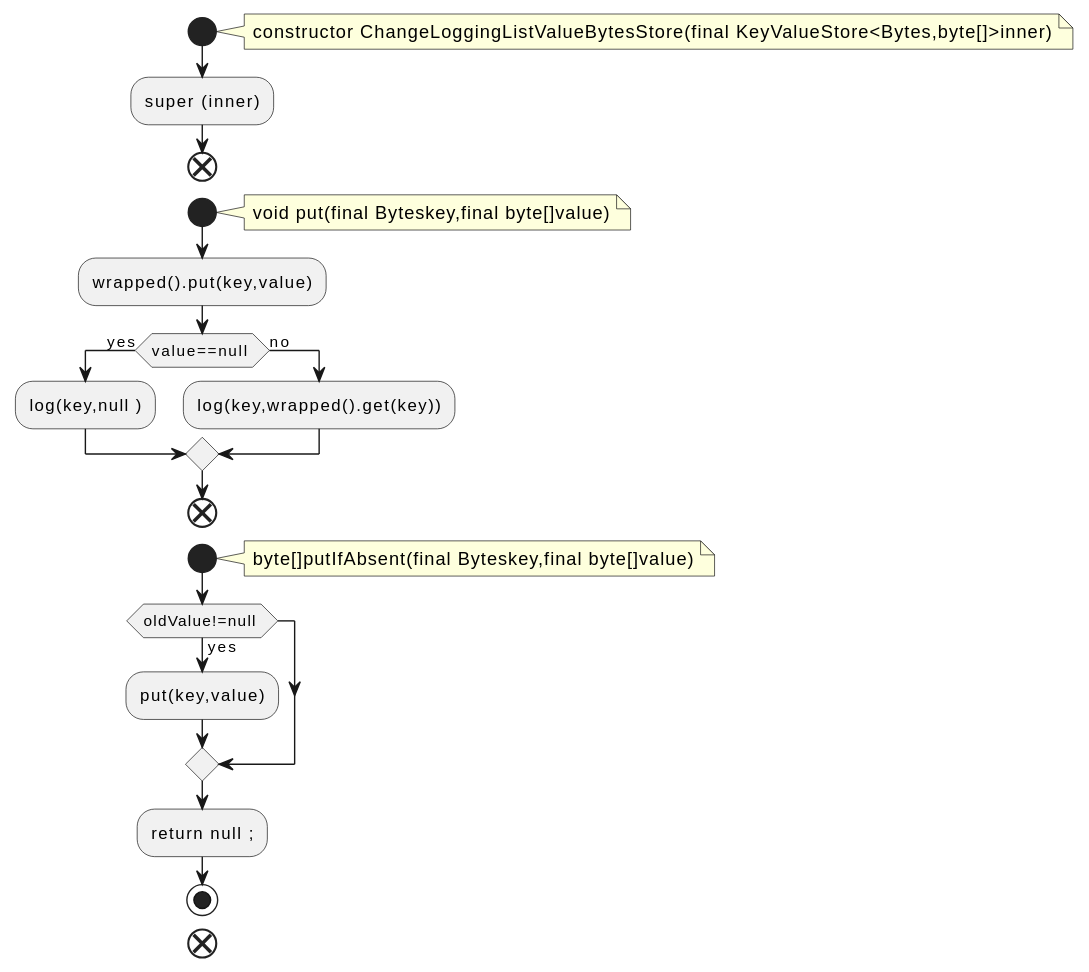
Earlier version of the PlantUML export docs/qc/streams/src/main/java/org/apache/kafka/streams/state/internals/ChangeLoggingListValueBytesStore.java.fct.svg (qualitesys/kafka).
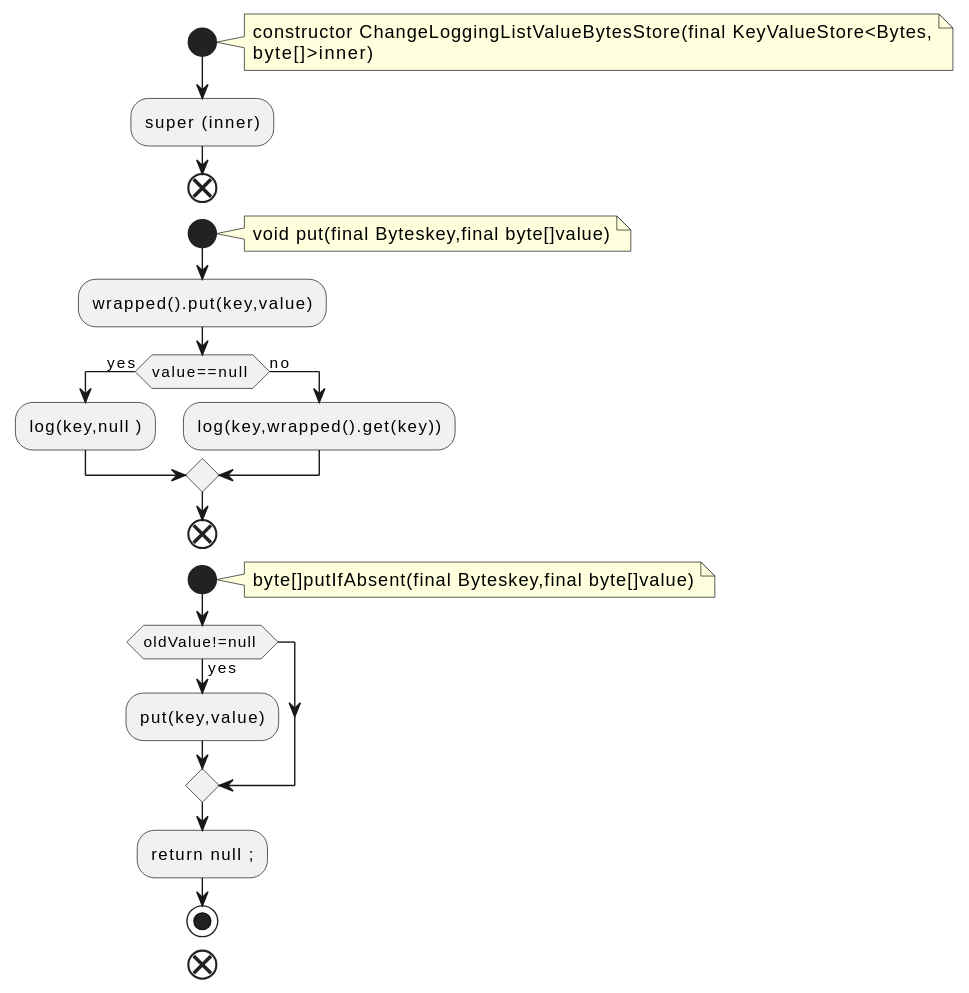
The same diagram one commit later.

What changed in the source:
```diff
@@ -2,7 +2,8 @@
 !pragma layout smetana
 start
 note right
-constructor ChangeLoggingListValueBytesStore(final KeyValueStore<Bytes,byte[]>inner)
+constructor ChangeLoggingListValueBytesStore(final KeyValueStore<Bytes,
+byte[]>inner)
 end note
 :super (inner);
 end
```
